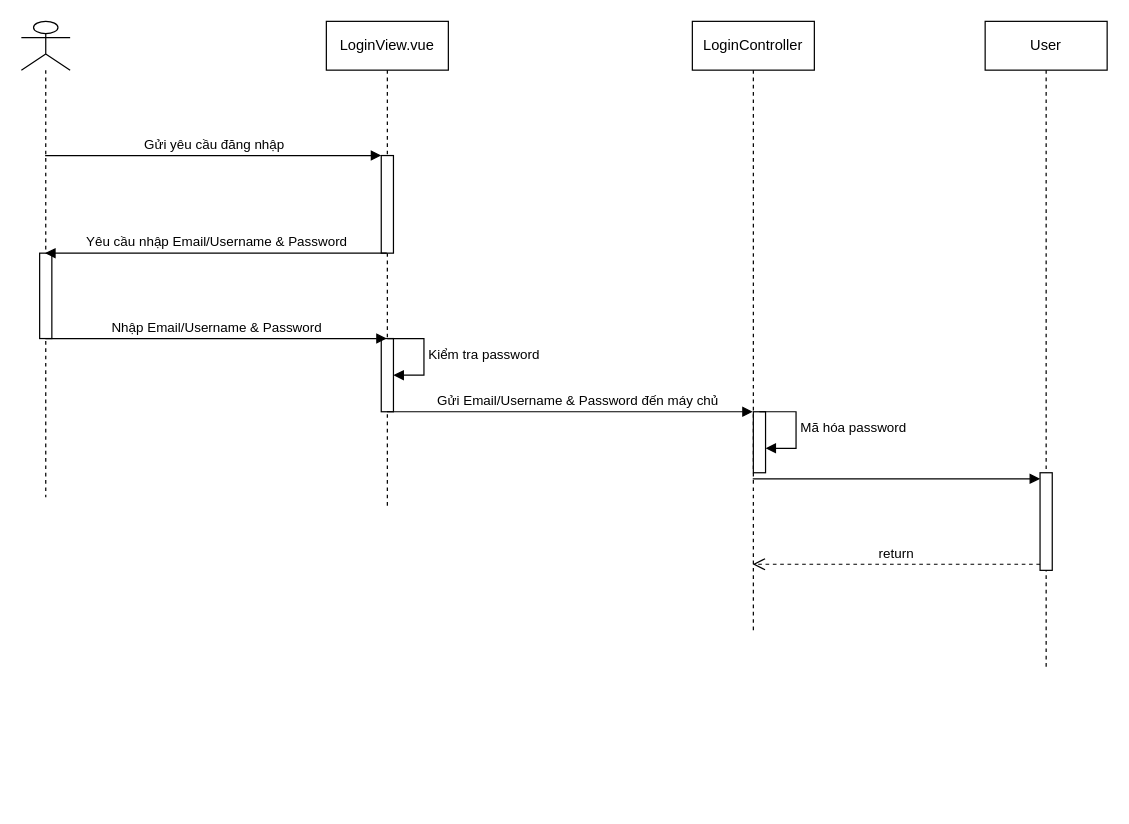
Before: UMLSIGNIN.drawio in huyga1185/buyit_cnpm, a draw.io diagram. Source tidied: cells renumbered, new cells numbered last; positions are measured from the earlier drawing's top-left corner, leaving out a move shared by most shapes. Both pictures are drawn from the tidied source at 122%, with x=0, y=0 at pixel (21, 21).
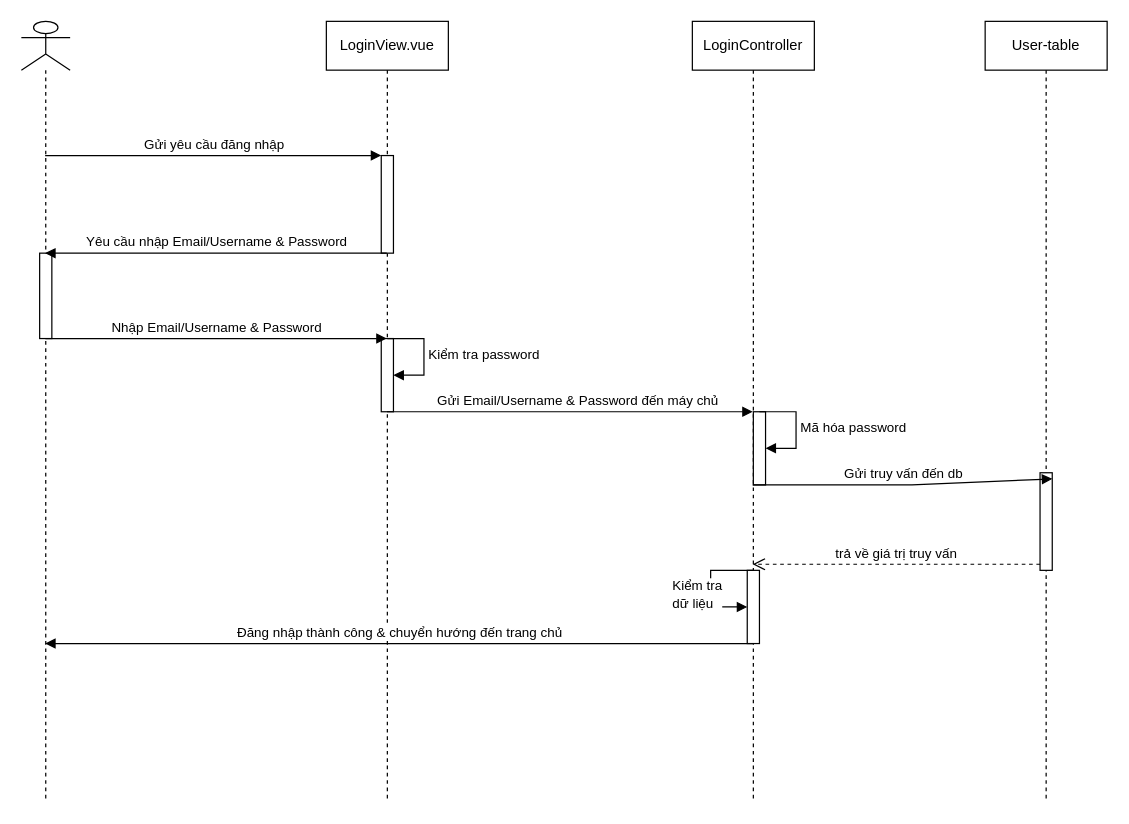
After the change.

Unchanged cells that the change refers to:
```xml
<mxCell id="12" style="html=1;points=[[0,0,0,0,5],[0,1,0,0,-5],[1,0,0,0,5],[1,1,0,0,-5]];perimeter=orthogonalPerimeter;outlineConnect=0;targetShapes=umlLifeline;portConstraint=eastwest;newEdgeStyle={&quot;curved&quot;:0,&quot;rounded&quot;:0};" parent="11" vertex="1">
  <mxGeometry x="45" y="370" width="10" height="80" as="geometry" />
</mxCell>
```

Diff of the diagram source:
```diff
@@
     <mxCell id="2" style="shape=umlLifeline;perimeter=lifelinePerimeter;whiteSpace=wrap;html=1;outlineConnect=0;portConstraint=eastwest;newEdgeStyle={&quot;curved&quot;:0,&quot;rounded&quot;:0};participant=umlActor;" parent="1" vertex="1">
-      <mxGeometry width="40" height="390" as="geometry" />
+      <mxGeometry width="40" height="640" as="geometry" />
     </mxCell>
@@
     <mxCell id="4" value="LoginView.vue" style="shape=umlLifeline;perimeter=lifelinePerimeter;whiteSpace=wrap;html=1;outlineConnect=0;portConstraint=eastwest;newEdgeStyle={&quot;curved&quot;:0,&quot;rounded&quot;:0};" parent="1" vertex="1">
-      <mxGeometry x="250" width="100" height="400" as="geometry" />
+      <mxGeometry x="250" width="100" height="640" as="geometry" />
     </mxCell>
@@
     <mxCell id="8" value="LoginController" style="shape=umlLifeline;perimeter=lifelinePerimeter;whiteSpace=wrap;html=1;outlineConnect=0;portConstraint=eastwest;newEdgeStyle={&quot;curved&quot;:0,&quot;rounded&quot;:0};" parent="1" vertex="1">
-      <mxGeometry x="550" width="100" height="500" as="geometry" />
+      <mxGeometry x="550" width="100" height="640" as="geometry" />
     </mxCell>
     <mxCell id="9" style="html=1;points=[[0,0,0,0,5],[0,1,0,0,-5],[1,0,0,0,5],[1,1,0,0,-5]];perimeter=orthogonalPerimeter;outlineConnect=0;targetShapes=umlLifeline;portConstraint=eastwest;newEdgeStyle={&quot;curved&quot;:0,&quot;rounded&quot;:0};" parent="8" vertex="1">
-      <mxGeometry x="50" y="320" width="10" height="50" as="geometry" />
+      <mxGeometry x="50" y="320" width="10" height="60" as="geometry" />
     </mxCell>
@@
+    <mxCell id="19" style="html=1;points=[[0,0,0,0,5],[0,1,0,0,-5],[1,0,0,0,5],[1,1,0,0,-5]];perimeter=orthogonalPerimeter;outlineConnect=0;targetShapes=umlLifeline;portConstraint=eastwest;newEdgeStyle={&quot;curved&quot;:0,&quot;rounded&quot;:0};" parent="8" vertex="1">
+      <mxGeometry x="45" y="450" width="10" height="60" as="geometry" />
+    </mxCell>
+    <mxCell id="20" value="Kiểm tra&lt;div&gt;dữ liệu&lt;/div&gt;" style="html=1;align=left;spacingLeft=2;endArrow=block;rounded=0;edgeStyle=orthogonalEdgeStyle;curved=0;rounded=0;" parent="8" edge="1" target="19">
+      <mxGeometry x="0.16" y="-35" relative="1" as="geometry">
+        <mxPoint x="50" y="450" as="sourcePoint" />
+        <Array as="points">
+          <mxPoint x="15" y="450" />
+          <mxPoint x="15" y="480" />
+        </Array>
+      </mxGeometry>
+    </mxCell>
-    <mxCell id="11" value="User" style="shape=umlLifeline;perimeter=lifelinePerimeter;whiteSpace=wrap;html=1;newEdgeStyle={&quot;curved&quot;:0,&quot;rounded&quot;:0};" parent="1" vertex="1">
-      <mxGeometry x="790" width="100" height="530" as="geometry" />
+    <mxCell id="11" value="User-table" style="shape=umlLifeline;perimeter=lifelinePerimeter;whiteSpace=wrap;html=1;newEdgeStyle={&quot;curved&quot;:0,&quot;rounded&quot;:0};" parent="1" vertex="1">
+      <mxGeometry x="790" width="100" height="640" as="geometry" />
     </mxCell>
@@
+    <mxCell id="18" value="trả về giá trị truy vấn" style="html=1;verticalAlign=bottom;endArrow=open;dashed=1;endSize=8;curved=0;rounded=0;exitX=0;exitY=1;exitDx=0;exitDy=-5;" parent="1" edge="1" source="12" target="8">
+      <mxGeometry relative="1" as="geometry" />
+    </mxCell>
-    <mxCell id="17" style="html=1;verticalAlign=bottom;endArrow=block;curved=0;rounded=0;entryX=0;entryY=0;entryDx=0;entryDy=5;" parent="1" edge="1" source="8" target="12">
-      <mxGeometry relative="1" as="geometry" />
+    <mxCell id="17" value="Gửi truy vấn đến db" style="html=1;verticalAlign=bottom;endArrow=block;curved=0;rounded=0;entryX=1;entryY=0;entryDx=0;entryDy=5;entryPerimeter=0;" parent="1" edge="1" source="8" target="12">
+      <mxGeometry relative="1" as="geometry">
+        <Array as="points">
+          <mxPoint x="730" y="380" />
+        </Array>
+      </mxGeometry>
     </mxCell>
-    <mxCell id="18" value="return" style="html=1;verticalAlign=bottom;endArrow=open;dashed=1;endSize=8;curved=0;rounded=0;exitX=0;exitY=1;exitDx=0;exitDy=-5;" parent="1" edge="1" source="12" target="8">
-      <mxGeometry relative="1" as="geometry" />
-    </mxCell>
+    <mxCell id="21" value="Đăng nhập thành công &amp;amp; chuyển hướng đến trang chủ" style="html=1;verticalAlign=bottom;endArrow=block;curved=0;rounded=0;" parent="1" edge="1" source="8" target="2">
+      <mxGeometry relative="1" as="geometry">
+        <Array as="points">
+          <mxPoint x="560" y="510" />
+        </Array>
+      </mxGeometry>
+    </mxCell>
```
